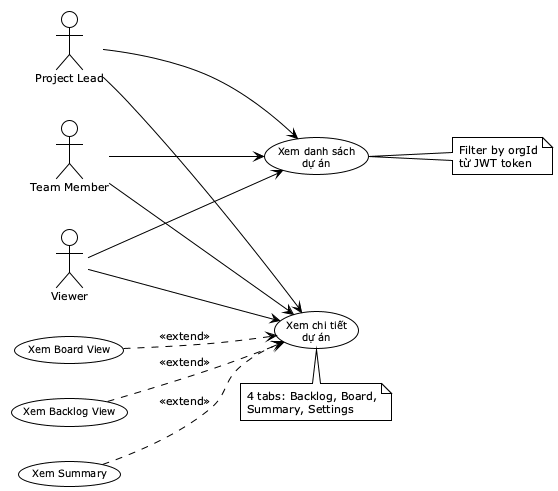
Earlier version of the PlantUML export reports/dat-examples/report/images/uc01_3_view_projects.png (toantran292/datn).
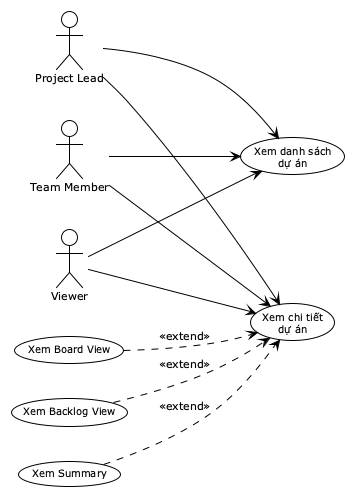
After the commit.

Diff of the diagram source:
```diff
@@ -27,14 +27,4 @@
 UC_Backlog ..> UC_Detail : <<extend>>
 UC_Summary ..> UC_Detail : <<extend>>
 
-note right of UC_List
-  Filter by orgId
-  từ JWT token
-end note
-
-note bottom of UC_Detail
-  4 tabs: Backlog, Board,
-  Summary, Settings
-end note
-
 @enduml
```
